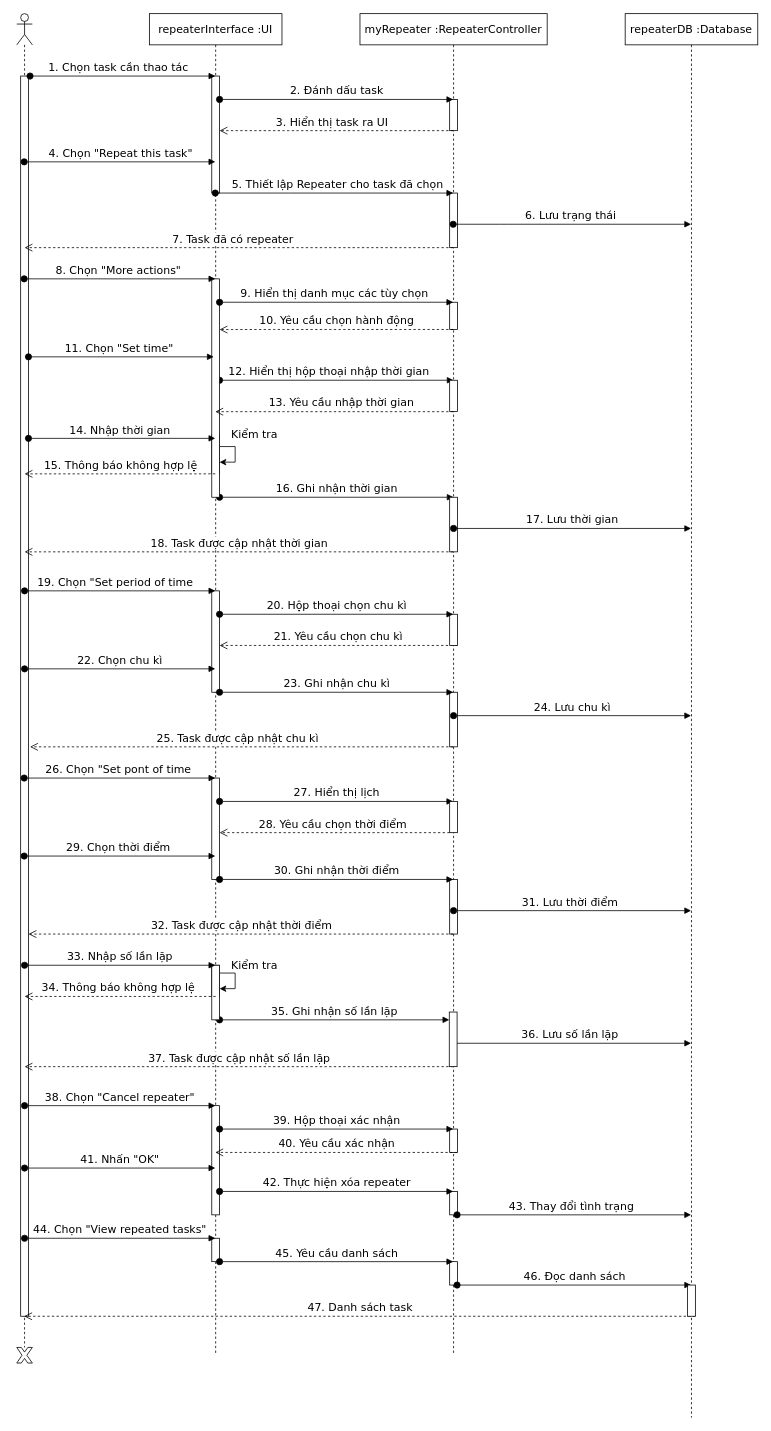
Merevoli-DatLuu/To-Do-App keeps this draw.io diagram as ToDoApp-Doc/Document/Diagram/Sequence Diagram/Repeater/Repeater_SequenceDiagram.drawio. Above is the earlier version. Source tidied: cells renumbered, new cells numbered last; positions are measured from the earlier drawing's top-left corner, leaving out a move shared by most shapes. Both pictures are drawn from the tidied source at 78%, with x=0, y=0 at pixel (16, 13).
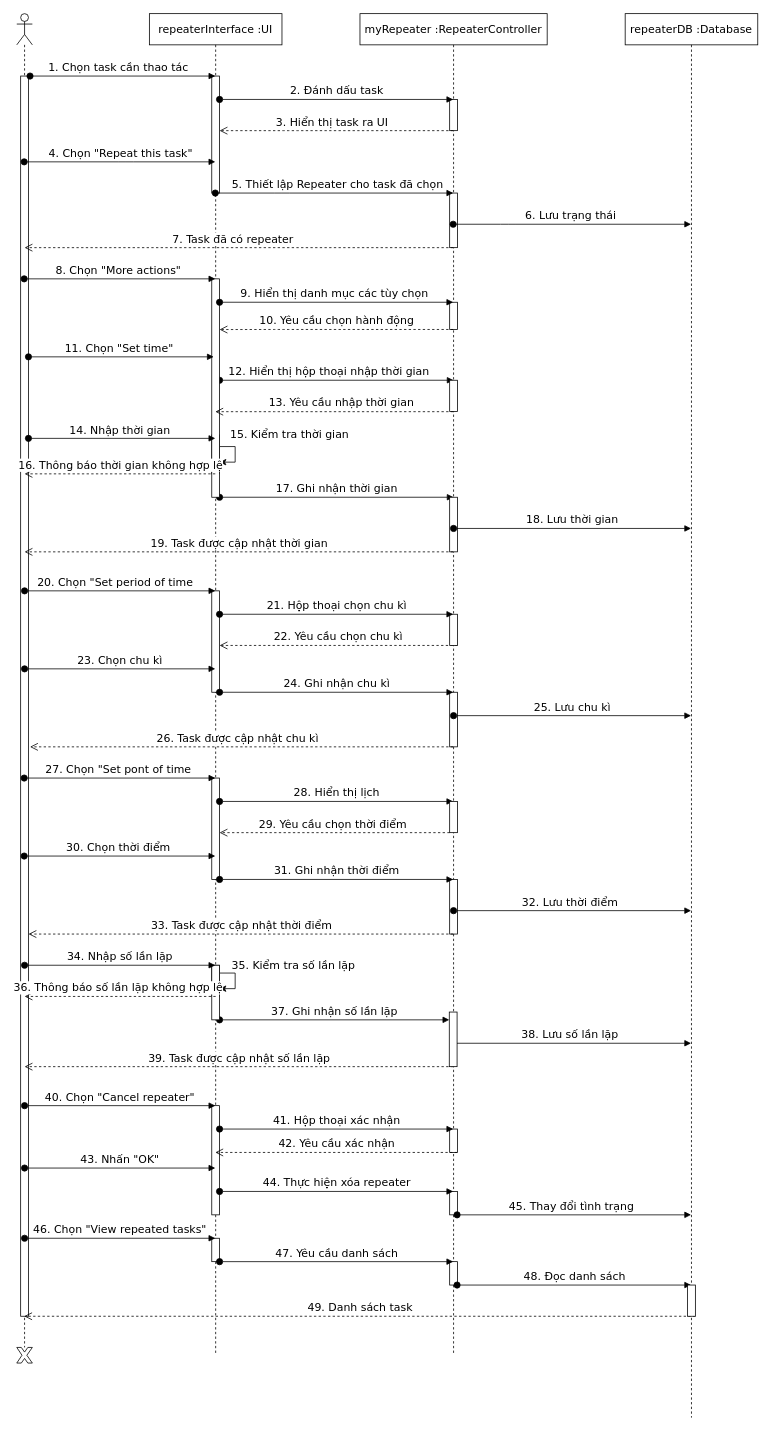
Above is the later version.

Commit message (it also covers changes not shown here):
[Modified]: Repeater Sequence diagram

The change refers to these unchanged cells:
```xml
<mxCell id="2" value="repeaterInterface :UI" style="shape=umlLifeline;perimeter=lifelinePerimeter;whiteSpace=wrap;html=1;outlineConnect=0;fontFamily=Verdana;fontSize=14;" parent="1" vertex="1">
  <mxGeometry x="170" width="170" height="1720" as="geometry" />
</mxCell>
<mxCell id="19" style="shape=umlLifeline;participant=umlActor;perimeter=lifelinePerimeter;whiteSpace=wrap;html=1;verticalAlign=top;spacingTop=36;outlineConnect=0;fontFamily=Verdana;fontSize=14;" parent="1" vertex="1">
  <mxGeometry width="20" height="1710" as="geometry" />
</mxCell>
<mxCell id="20" style="html=1;points=[];perimeter=orthogonalPerimeter;fontFamily=Verdana;fontSize=14;" parent="19" vertex="1">
  <mxGeometry x="5" y="80" width="10" height="1590" as="geometry" />
</mxCell>
<mxCell id="23" value="myRepeater :RepeaterController" style="shape=umlLifeline;perimeter=lifelinePerimeter;whiteSpace=wrap;html=1;outlineConnect=0;fontFamily=Verdana;fontSize=14;" parent="1" vertex="1">
  <mxGeometry x="440" width="240" height="1720" as="geometry" />
</mxCell>
<mxCell id="28" style="html=1;points=[];perimeter=orthogonalPerimeter;fontFamily=Verdana;fontSize=14;" parent="23" vertex="1">
  <mxGeometry x="115" y="620" width="10" height="70" as="geometry" />
</mxCell>
<mxCell id="32" style="html=1;points=[];perimeter=orthogonalPerimeter;fontFamily=Verdana;fontSize=14;" parent="23" vertex="1">
  <mxGeometry x="115" y="1010" width="10" height="40" as="geometry" />
</mxCell>
<mxCell id="36" value="repeaterDB :Database" style="shape=umlLifeline;perimeter=lifelinePerimeter;whiteSpace=wrap;html=1;outlineConnect=0;fontFamily=Verdana;fontSize=14;align=center;" parent="1" vertex="1">
  <mxGeometry x="780" width="170" height="1800" as="geometry" />
</mxCell>
```

What changed in the source:
```diff
@@
-    <mxCell id="6" value="21. Yêu cầu chọn chu kì" style="html=1;verticalAlign=bottom;endArrow=open;dashed=1;endSize=8;fontFamily=Verdana;fontSize=14;" parent="2" edge="1">
+    <mxCell id="6" value="22. Yêu cầu chọn chu kì" style="html=1;verticalAlign=bottom;endArrow=open;dashed=1;endSize=8;fontFamily=Verdana;fontSize=14;" parent="2" edge="1">
       <mxGeometry relative="1" as="geometry">
         <mxPoint x="395" y="810" as="sourcePoint" />
         <mxPoint x="90" y="810" as="targetPoint" />
       </mxGeometry>
     </mxCell>
@@
-    <mxCell id="9" value="16. Ghi nhận thời gian" style="html=1;verticalAlign=bottom;startArrow=oval;startFill=1;endArrow=block;startSize=8;fontFamily=Verdana;fontSize=14;entryX=0.5;entryY=0;entryDx=0;entryDy=0;entryPerimeter=0;" parent="2" edge="1" target="28">
+    <mxCell id="9" value="17. Ghi nhận thời gian" style="html=1;verticalAlign=bottom;startArrow=oval;startFill=1;endArrow=block;startSize=8;fontFamily=Verdana;fontSize=14;entryX=0.5;entryY=0;entryDx=0;entryDy=0;entryPerimeter=0;" parent="2" edge="1" target="28">
       <mxGeometry relative="1" as="geometry">
         <mxPoint x="90" y="620" as="sourcePoint" />
       </mxGeometry>
     </mxCell>
-    <mxCell id="10" value="27. Hiển thị lịch" style="html=1;verticalAlign=bottom;startArrow=oval;startFill=1;endArrow=block;startSize=8;fontFamily=Verdana;fontSize=14;" parent="2" edge="1">
+    <mxCell id="10" value="28. Hiển thị lịch" style="html=1;verticalAlign=bottom;startArrow=oval;startFill=1;endArrow=block;startSize=8;fontFamily=Verdana;fontSize=14;" parent="2" edge="1">
       <mxGeometry relative="1" as="geometry">
         <mxPoint x="90" y="1010" as="sourcePoint" />
         <mxPoint x="389.5" y="1010" as="targetPoint" />
       </mxGeometry>
     </mxCell>
-    <mxCell id="11" value="35. Ghi nhận số lần lặp" style="html=1;verticalAlign=bottom;startArrow=oval;startFill=1;endArrow=block;startSize=8;fontFamily=Verdana;fontSize=14;" parent="2" edge="1">
+    <mxCell id="11" value="37. Ghi nhận số lần lặp" style="html=1;verticalAlign=bottom;startArrow=oval;startFill=1;endArrow=block;startSize=8;fontFamily=Verdana;fontSize=14;" parent="2" edge="1">
       <mxGeometry relative="1" as="geometry">
         <mxPoint x="90" y="1290" as="sourcePoint" />
         <mxPoint x="384.5" y="1290" as="targetPoint" />
       </mxGeometry>
     </mxCell>
@@
-    <mxCell id="48" value="Kiểm tra" style="text;html=1;strokeColor=none;fillColor=none;align=center;verticalAlign=middle;whiteSpace=wrap;rounded=0;fontFamily=Verdana;fontSize=14;" parent="1" vertex="1">
-      <mxGeometry x="270" y="530" width="70" height="20" as="geometry" />
+    <mxCell id="48" value="15. Kiểm tra thời gian" style="text;html=1;strokeColor=none;fillColor=none;align=center;verticalAlign=middle;whiteSpace=wrap;rounded=0;fontFamily=Verdana;fontSize=14;" parent="1" vertex="1">
+      <mxGeometry x="270" y="530" width="160" height="20" as="geometry" />
     </mxCell>
@@
-    <mxCell id="50" value="15. Thông báo không hợp lệ" style="html=1;verticalAlign=bottom;endArrow=open;dashed=1;endSize=8;fontFamily=Verdana;fontSize=14;" parent="1" edge="1" source="2">
+    <mxCell id="50" value="16. Thông báo thời gian không hợp lệ" style="html=1;verticalAlign=bottom;endArrow=open;dashed=1;endSize=8;fontFamily=Verdana;fontSize=14;" parent="1" edge="1" source="2">
       <mxGeometry relative="1" as="geometry">
         <mxPoint x="10" y="590" as="targetPoint" />
       </mxGeometry>
     </mxCell>
-    <mxCell id="51" value="17. Lưu thời gian" style="html=1;verticalAlign=bottom;startArrow=oval;startFill=1;endArrow=block;startSize=8;fontFamily=Verdana;fontSize=14;" parent="1" edge="1" target="36">
+    <mxCell id="51" value="18. Lưu thời gian" style="html=1;verticalAlign=bottom;startArrow=oval;startFill=1;endArrow=block;startSize=8;fontFamily=Verdana;fontSize=14;" parent="1" edge="1" target="36">
       <mxGeometry relative="1" as="geometry">
         <mxPoint x="560" y="660" as="sourcePoint" />
       </mxGeometry>
     </mxCell>
-    <mxCell id="52" value="18. Task được cập nhật thời gian" style="html=1;verticalAlign=bottom;endArrow=open;dashed=1;endSize=8;fontFamily=Verdana;fontSize=14;" parent="1" edge="1" source="23">
+    <mxCell id="52" value="19. Task được cập nhật thời gian" style="html=1;verticalAlign=bottom;endArrow=open;dashed=1;endSize=8;fontFamily=Verdana;fontSize=14;" parent="1" edge="1" source="23">
       <mxGeometry relative="1" as="geometry">
         <mxPoint x="10" y="690" as="targetPoint" />
       </mxGeometry>
     </mxCell>
-    <mxCell id="53" value="19. Chọn &quot;Set period of time" style="html=1;verticalAlign=bottom;startArrow=oval;startFill=1;endArrow=block;startSize=8;fontFamily=Verdana;fontSize=14;" parent="1" edge="1" target="2">
+    <mxCell id="53" value="20. Chọn &quot;Set period of time" style="html=1;verticalAlign=bottom;startArrow=oval;startFill=1;endArrow=block;startSize=8;fontFamily=Verdana;fontSize=14;" parent="1" edge="1" target="2">
       <mxGeometry x="-0.05" relative="1" as="geometry">
         <mxPoint x="10" y="740" as="sourcePoint" />
       </mxGeometry>
     </mxCell>
-    <mxCell id="54" value="20. Hộp thoại chọn chu kì" style="html=1;verticalAlign=bottom;startArrow=oval;startFill=1;endArrow=block;startSize=8;fontFamily=Verdana;fontSize=14;" parent="1" edge="1" target="23">
+    <mxCell id="54" value="21. Hộp thoại chọn chu kì" style="html=1;verticalAlign=bottom;startArrow=oval;startFill=1;endArrow=block;startSize=8;fontFamily=Verdana;fontSize=14;" parent="1" edge="1" target="23">
       <mxGeometry relative="1" as="geometry">
         <mxPoint x="260" y="770" as="sourcePoint" />
       </mxGeometry>
     </mxCell>
-    <mxCell id="55" value="22. Chọn chu kì" style="html=1;verticalAlign=bottom;startArrow=oval;startFill=1;endArrow=block;startSize=8;fontFamily=Verdana;fontSize=14;" parent="1" edge="1" target="2">
+    <mxCell id="55" value="23. Chọn chu kì" style="html=1;verticalAlign=bottom;startArrow=oval;startFill=1;endArrow=block;startSize=8;fontFamily=Verdana;fontSize=14;" parent="1" edge="1" target="2">
       <mxGeometry relative="1" as="geometry">
         <mxPoint x="10" y="840" as="sourcePoint" />
       </mxGeometry>
     </mxCell>
-    <mxCell id="56" value="23. Ghi nhận chu kì" style="html=1;verticalAlign=bottom;startArrow=oval;startFill=1;endArrow=block;startSize=8;fontFamily=Verdana;fontSize=14;" parent="1" edge="1" target="23">
+    <mxCell id="56" value="24. Ghi nhận chu kì" style="html=1;verticalAlign=bottom;startArrow=oval;startFill=1;endArrow=block;startSize=8;fontFamily=Verdana;fontSize=14;" parent="1" edge="1" target="23">
       <mxGeometry relative="1" as="geometry">
         <mxPoint x="260" y="870" as="sourcePoint" />
       </mxGeometry>
     </mxCell>
-    <mxCell id="57" value="24. Lưu chu kì" style="html=1;verticalAlign=bottom;startArrow=oval;startFill=1;endArrow=block;startSize=8;fontFamily=Verdana;fontSize=14;" parent="1" edge="1" target="36">
+    <mxCell id="57" value="25. Lưu chu kì" style="html=1;verticalAlign=bottom;startArrow=oval;startFill=1;endArrow=block;startSize=8;fontFamily=Verdana;fontSize=14;" parent="1" edge="1" target="36">
       <mxGeometry relative="1" as="geometry">
         <mxPoint x="560" y="900" as="sourcePoint" />
       </mxGeometry>
     </mxCell>
-    <mxCell id="58" value="25. Task được cập nhật chu kì" style="html=1;verticalAlign=bottom;endArrow=open;dashed=1;endSize=8;fontFamily=Verdana;fontSize=14;" parent="1" edge="1" source="23">
+    <mxCell id="58" value="26. Task được cập nhật chu kì" style="html=1;verticalAlign=bottom;endArrow=open;dashed=1;endSize=8;fontFamily=Verdana;fontSize=14;" parent="1" edge="1" source="23">
       <mxGeometry x="0.02" relative="1" as="geometry">
         <mxPoint x="17" y="940" as="targetPoint" />
       </mxGeometry>
     </mxCell>
-    <mxCell id="59" value="26. Chọn &quot;Set pont of time" style="html=1;verticalAlign=bottom;startArrow=oval;startFill=1;endArrow=block;startSize=8;fontFamily=Verdana;fontSize=14;" parent="1" edge="1" source="19">
+    <mxCell id="59" value="27. Chọn &quot;Set pont of time" style="html=1;verticalAlign=bottom;startArrow=oval;startFill=1;endArrow=block;startSize=8;fontFamily=Verdana;fontSize=14;" parent="1" edge="1" source="19">
       <mxGeometry x="-0.02" relative="1" as="geometry">
         <mxPoint x="254.5" y="980" as="targetPoint" />
       </mxGeometry>
     </mxCell>
-    <mxCell id="60" value="28. Yêu cầu chọn thời điểm" style="html=1;verticalAlign=bottom;endArrow=open;dashed=1;endSize=8;fontFamily=Verdana;fontSize=14;" parent="1" edge="1" source="32">
+    <mxCell id="60" value="29. Yêu cầu chọn thời điểm" style="html=1;verticalAlign=bottom;endArrow=open;dashed=1;endSize=8;fontFamily=Verdana;fontSize=14;" parent="1" edge="1" source="32">
       <mxGeometry x="0.02" relative="1" as="geometry">
         <mxPoint x="260" y="1050" as="targetPoint" />
       </mxGeometry>
     </mxCell>
-    <mxCell id="61" value="29. Chọn thời điểm" style="html=1;verticalAlign=bottom;startArrow=oval;startFill=1;endArrow=block;startSize=8;fontFamily=Verdana;fontSize=14;" parent="1" edge="1" source="19">
+    <mxCell id="61" value="30. Chọn thời điểm" style="html=1;verticalAlign=bottom;startArrow=oval;startFill=1;endArrow=block;startSize=8;fontFamily=Verdana;fontSize=14;" parent="1" edge="1" source="19">
       <mxGeometry x="-0.02" relative="1" as="geometry">
         <mxPoint x="254.5" y="1080" as="targetPoint" />
       </mxGeometry>
     </mxCell>
-    <mxCell id="62" value="30. Ghi nhận thời điểm" style="html=1;verticalAlign=bottom;startArrow=oval;startFill=1;endArrow=block;startSize=8;fontFamily=Verdana;fontSize=14;" parent="1" edge="1">
+    <mxCell id="62" value="31. Ghi nhận thời điểm" style="html=1;verticalAlign=bottom;startArrow=oval;startFill=1;endArrow=block;startSize=8;fontFamily=Verdana;fontSize=14;" parent="1" edge="1">
       <mxGeometry relative="1" as="geometry">
         <mxPoint x="260" y="1110" as="sourcePoint" />
         <mxPoint x="559.5" y="1110" as="targetPoint" />
       </mxGeometry>
     </mxCell>
-    <mxCell id="63" value="31. Lưu thời điểm" style="html=1;verticalAlign=bottom;startArrow=oval;startFill=1;endArrow=block;startSize=8;fontFamily=Verdana;fontSize=14;" parent="1" edge="1" target="36">
+    <mxCell id="63" value="32. Lưu thời điểm" style="html=1;verticalAlign=bottom;startArrow=oval;startFill=1;endArrow=block;startSize=8;fontFamily=Verdana;fontSize=14;" parent="1" edge="1" target="36">
       <mxGeometry x="-0.02" relative="1" as="geometry">
         <mxPoint x="560" y="1150" as="sourcePoint" />
       </mxGeometry>
     </mxCell>
-    <mxCell id="64" value="32. Task được cập nhật thời điểm" style="html=1;verticalAlign=bottom;endArrow=open;dashed=1;endSize=8;fontFamily=Verdana;fontSize=14;" parent="1" edge="1" source="23" target="20">
+    <mxCell id="64" value="33. Task được cập nhật thời điểm" style="html=1;verticalAlign=bottom;endArrow=open;dashed=1;endSize=8;fontFamily=Verdana;fontSize=14;" parent="1" edge="1" source="23" target="20">
       <mxGeometry relative="1" as="geometry">
         <Array as="points">
           <mxPoint x="110" y="1180" />
         </Array>
       </mxGeometry>
     </mxCell>
-    <mxCell id="65" value="33. Nhập số lần lặp" style="html=1;verticalAlign=bottom;startArrow=oval;startFill=1;endArrow=block;startSize=8;fontFamily=Verdana;fontSize=14;" parent="1" edge="1" target="2">
+    <mxCell id="65" value="34. Nhập số lần lặp" style="html=1;verticalAlign=bottom;startArrow=oval;startFill=1;endArrow=block;startSize=8;fontFamily=Verdana;fontSize=14;" parent="1" edge="1" target="2">
       <mxGeometry relative="1" as="geometry">
         <mxPoint x="10" y="1220" as="sourcePoint" />
       </mxGeometry>
     </mxCell>
-    <mxCell id="66" value="34. Thông báo không hợp lệ" style="html=1;verticalAlign=bottom;endArrow=open;dashed=1;endSize=8;fontFamily=Verdana;fontSize=14;" parent="1" edge="1">
+    <mxCell id="66" value="36. Thông báo số lần lặp không hợp lệ" style="html=1;verticalAlign=bottom;endArrow=open;dashed=1;endSize=8;fontFamily=Verdana;fontSize=14;" parent="1" edge="1">
       <mxGeometry x="0.02" relative="1" as="geometry">
         <mxPoint x="255" y="1260" as="sourcePoint" />
         <mxPoint x="10" y="1260" as="targetPoint" />
       </mxGeometry>
     </mxCell>
-    <mxCell id="67" value="36. Lưu số lần lặp" style="html=1;verticalAlign=bottom;startArrow=oval;startFill=1;endArrow=block;startSize=8;fontFamily=Verdana;fontSize=14;" parent="1" edge="1">
+    <mxCell id="67" value="38. Lưu số lần lặp" style="html=1;verticalAlign=bottom;startArrow=oval;startFill=1;endArrow=block;startSize=8;fontFamily=Verdana;fontSize=14;" parent="1" edge="1">
       <mxGeometry x="-0.02" relative="1" as="geometry">
         <mxPoint x="560" y="1320" as="sourcePoint" />
         <mxPoint x="864.5" y="1320" as="targetPoint" />
       </mxGeometry>
     </mxCell>
-    <mxCell id="68" value="37. Task được cập nhật số lần lặp" style="html=1;verticalAlign=bottom;endArrow=open;dashed=1;endSize=8;fontFamily=Verdana;fontSize=14;" parent="1" edge="1" source="23">
+    <mxCell id="68" value="39. Task được cập nhật số lần lặp" style="html=1;verticalAlign=bottom;endArrow=open;dashed=1;endSize=8;fontFamily=Verdana;fontSize=14;" parent="1" edge="1" source="23">
       <mxGeometry relative="1" as="geometry">
         <mxPoint x="10" y="1350" as="targetPoint" />
         <Array as="points">
           <mxPoint x="105" y="1350" />
         </Array>
       </mxGeometry>
     </mxCell>
@@
-    <mxCell id="70" value="Kiểm tra" style="text;html=1;strokeColor=none;fillColor=none;align=center;verticalAlign=middle;whiteSpace=wrap;rounded=0;fontFamily=Verdana;fontSize=14;" parent="1" vertex="1">
-      <mxGeometry x="270" y="1210" width="70" height="20" as="geometry" />
+    <mxCell id="70" value="35. Kiểm tra số lần lặp" style="text;html=1;strokeColor=none;fillColor=none;align=center;verticalAlign=middle;whiteSpace=wrap;rounded=0;fontFamily=Verdana;fontSize=14;" parent="1" vertex="1">
+      <mxGeometry x="270" y="1210" width="170" height="20" as="geometry" />
     </mxCell>
-    <mxCell id="71" value="38. Chọn &quot;Cancel repeater&quot;" style="html=1;verticalAlign=bottom;startArrow=oval;startFill=1;endArrow=block;startSize=8;fontFamily=Verdana;fontSize=14;" parent="1" edge="1" target="2">
+    <mxCell id="71" value="40. Chọn &quot;Cancel repeater&quot;" style="html=1;verticalAlign=bottom;startArrow=oval;startFill=1;endArrow=block;startSize=8;fontFamily=Verdana;fontSize=14;" parent="1" edge="1" target="2">
       <mxGeometry relative="1" as="geometry">
         <mxPoint x="10" y="1400" as="sourcePoint" />
       </mxGeometry>
     </mxCell>
-    <mxCell id="72" value="39. Hộp thoại xác nhận" style="html=1;verticalAlign=bottom;startArrow=oval;startFill=1;endArrow=block;startSize=8;fontFamily=Verdana;fontSize=14;" parent="1" edge="1" target="23">
+    <mxCell id="72" value="41. Hộp thoại xác nhận" style="html=1;verticalAlign=bottom;startArrow=oval;startFill=1;endArrow=block;startSize=8;fontFamily=Verdana;fontSize=14;" parent="1" edge="1" target="23">
       <mxGeometry relative="1" as="geometry">
         <mxPoint x="260" y="1430" as="sourcePoint" />
       </mxGeometry>
     </mxCell>
-    <mxCell id="73" value="40. Yêu cầu xác nhận" style="html=1;verticalAlign=bottom;endArrow=open;dashed=1;endSize=8;fontFamily=Verdana;fontSize=14;" parent="1" edge="1" target="2">
+    <mxCell id="73" value="42. Yêu cầu xác nhận" style="html=1;verticalAlign=bottom;endArrow=open;dashed=1;endSize=8;fontFamily=Verdana;fontSize=14;" parent="1" edge="1" target="2">
       <mxGeometry relative="1" as="geometry">
         <mxPoint x="564.5" y="1460" as="sourcePoint" />
       </mxGeometry>
     </mxCell>
-    <mxCell id="74" value="41. Nhấn &quot;OK&quot;" style="html=1;verticalAlign=bottom;startArrow=oval;startFill=1;endArrow=block;startSize=8;fontFamily=Verdana;fontSize=14;" parent="1" edge="1" target="2">
+    <mxCell id="74" value="43. Nhấn &quot;OK&quot;" style="html=1;verticalAlign=bottom;startArrow=oval;startFill=1;endArrow=block;startSize=8;fontFamily=Verdana;fontSize=14;" parent="1" edge="1" target="2">
       <mxGeometry relative="1" as="geometry">
         <mxPoint x="10" y="1480" as="sourcePoint" />
       </mxGeometry>
     </mxCell>
-    <mxCell id="75" value="42. Thực hiện xóa repeater" style="html=1;verticalAlign=bottom;startArrow=oval;startFill=1;endArrow=block;startSize=8;fontFamily=Verdana;fontSize=14;" parent="1" edge="1" target="23">
+    <mxCell id="75" value="44. Thực hiện xóa repeater" style="html=1;verticalAlign=bottom;startArrow=oval;startFill=1;endArrow=block;startSize=8;fontFamily=Verdana;fontSize=14;" parent="1" edge="1" target="23">
       <mxGeometry relative="1" as="geometry">
         <mxPoint x="260" y="1510" as="sourcePoint" />
       </mxGeometry>
     </mxCell>
-    <mxCell id="76" value="43. Thay đổi tình trạng" style="html=1;verticalAlign=bottom;startArrow=oval;startFill=1;endArrow=block;startSize=8;fontFamily=Verdana;fontSize=14;" parent="1" edge="1" target="36">
+    <mxCell id="76" value="45. Thay đổi tình trạng" style="html=1;verticalAlign=bottom;startArrow=oval;startFill=1;endArrow=block;startSize=8;fontFamily=Verdana;fontSize=14;" parent="1" edge="1" target="36">
       <mxGeometry x="-0.03" relative="1" as="geometry">
         <mxPoint x="564.5" y="1540" as="sourcePoint" />
       </mxGeometry>
     </mxCell>
-    <mxCell id="77" value="44. Chọn &quot;View repeated tasks&quot;" style="html=1;verticalAlign=bottom;startArrow=oval;startFill=1;endArrow=block;startSize=8;fontFamily=Verdana;fontSize=14;" parent="1" edge="1" target="2">
+    <mxCell id="77" value="46. Chọn &quot;View repeated tasks&quot;" style="html=1;verticalAlign=bottom;startArrow=oval;startFill=1;endArrow=block;startSize=8;fontFamily=Verdana;fontSize=14;" parent="1" edge="1" target="2">
       <mxGeometry relative="1" as="geometry">
         <mxPoint x="10" y="1570" as="sourcePoint" />
       </mxGeometry>
     </mxCell>
-    <mxCell id="78" value="45. Yêu cầu danh sách" style="html=1;verticalAlign=bottom;startArrow=oval;startFill=1;endArrow=block;startSize=8;fontFamily=Verdana;fontSize=14;" parent="1" edge="1" target="23">
+    <mxCell id="78" value="47. Yêu cầu danh sách" style="html=1;verticalAlign=bottom;startArrow=oval;startFill=1;endArrow=block;startSize=8;fontFamily=Verdana;fontSize=14;" parent="1" edge="1" target="23">
       <mxGeometry relative="1" as="geometry">
         <mxPoint x="260" y="1600" as="sourcePoint" />
       </mxGeometry>
     </mxCell>
-    <mxCell id="79" value="46. Đọc danh sách" style="html=1;verticalAlign=bottom;startArrow=oval;startFill=1;endArrow=block;startSize=8;fontFamily=Verdana;fontSize=14;" parent="1" edge="1" target="36">
+    <mxCell id="79" value="48. Đọc danh sách" style="html=1;verticalAlign=bottom;startArrow=oval;startFill=1;endArrow=block;startSize=8;fontFamily=Verdana;fontSize=14;" parent="1" edge="1" target="36">
       <mxGeometry relative="1" as="geometry">
         <mxPoint x="564.5" y="1630" as="sourcePoint" />
       </mxGeometry>
     </mxCell>
-    <mxCell id="80" value="47. Danh sách task" style="html=1;verticalAlign=bottom;endArrow=open;dashed=1;endSize=8;fontFamily=Verdana;fontSize=14;" parent="1" edge="1" target="19">
+    <mxCell id="80" value="49. Danh sách task" style="html=1;verticalAlign=bottom;endArrow=open;dashed=1;endSize=8;fontFamily=Verdana;fontSize=14;" parent="1" edge="1" target="19">
       <mxGeometry relative="1" as="geometry">
         <mxPoint x="870" y="1670" as="sourcePoint" />
       </mxGeometry>
     </mxCell>
```
